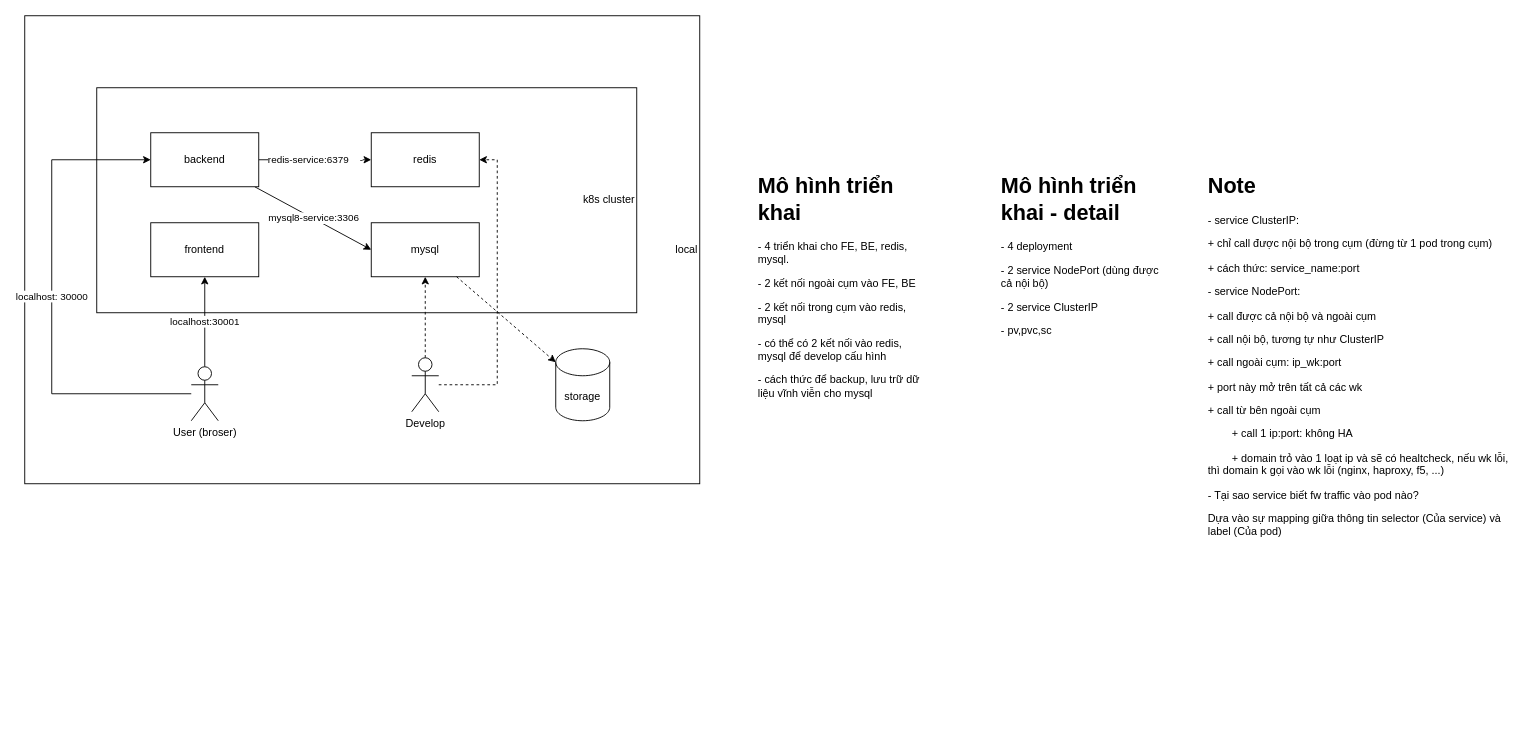
letuan0803/ShopApp keeps this draw.io diagram as page "V1" (1 of 2) of k8s/mo_hinh.drawio. Above is the earlier version. Source tidied: cells renumbered, new cells numbered last; positions are measured from the earlier drawing's top-left corner, leaving out a move shared by most shapes. Both pictures are drawn from the tidied source at 90%, with x=0, y=0 at pixel (24, 15).
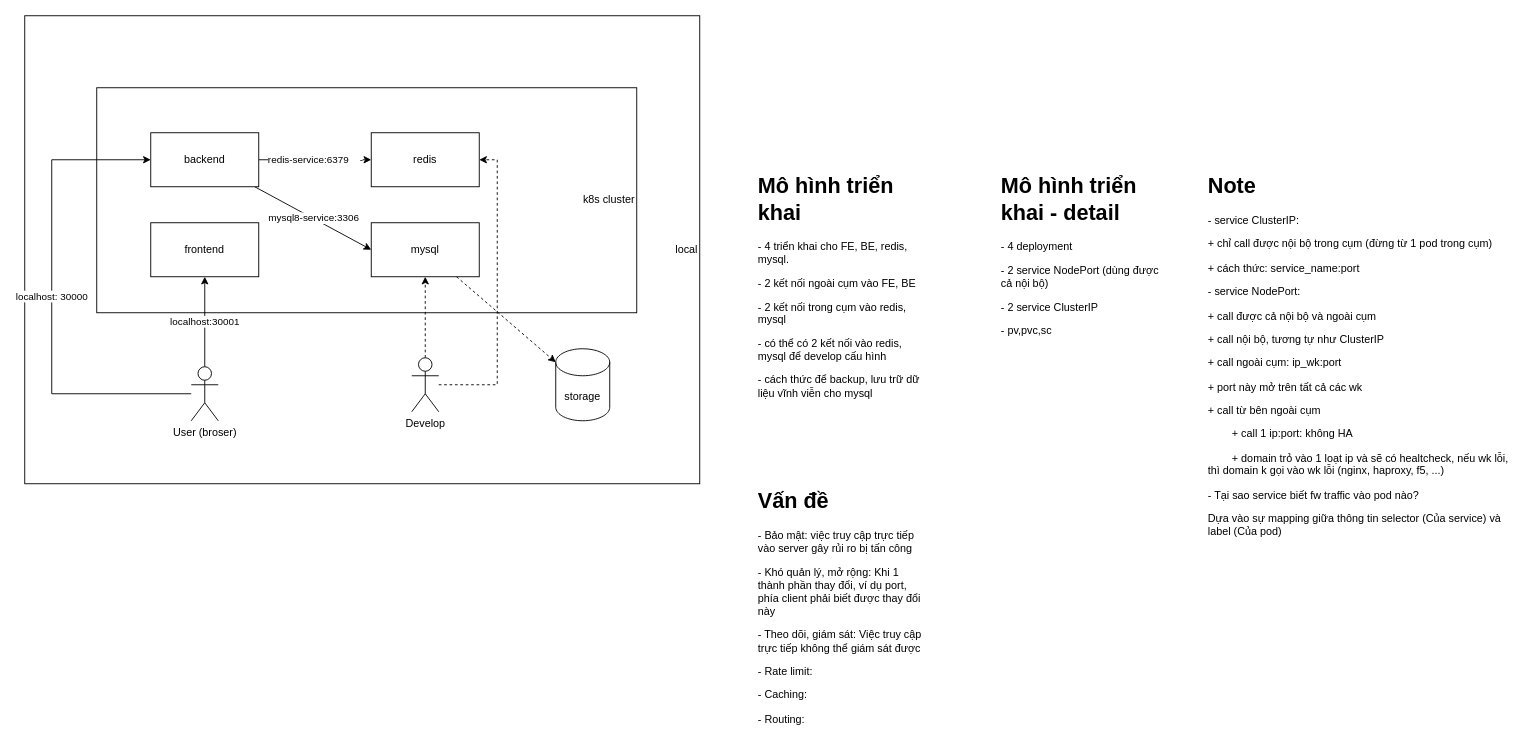
The same page after the edit.

Commit message:
check file mô hình

Change to the diagram source:
```diff
@@
+    <mxCell id="22" value="&lt;h1&gt;Vấn đề&lt;/h1&gt;&lt;p&gt;- Bảo mật: việc truy cập trực tiếp vào server gây rủi ro bị tấn công&lt;/p&gt;&lt;p&gt;- Khó quản lý, mở rộng: Khi 1 thành phần thay đổi, ví dụ port, phía client phải biết được thay đổi này&lt;/p&gt;&lt;p&gt;- Theo dõi, giám sát: Việc truy cập trực tiếp không thể giám sát được&lt;/p&gt;&lt;p&gt;- Rate limit:&lt;/p&gt;&lt;p&gt;- Caching:&amp;nbsp;&lt;/p&gt;&lt;p&gt;- Routing:&lt;/p&gt;" style="text;html=1;spacing=5;spacingTop=-20;whiteSpace=wrap;overflow=hidden;rounded=0;" parent="1" vertex="1">
+      <mxGeometry x="810" y="520" width="190" height="280" as="geometry" />
+    </mxCell>
```
